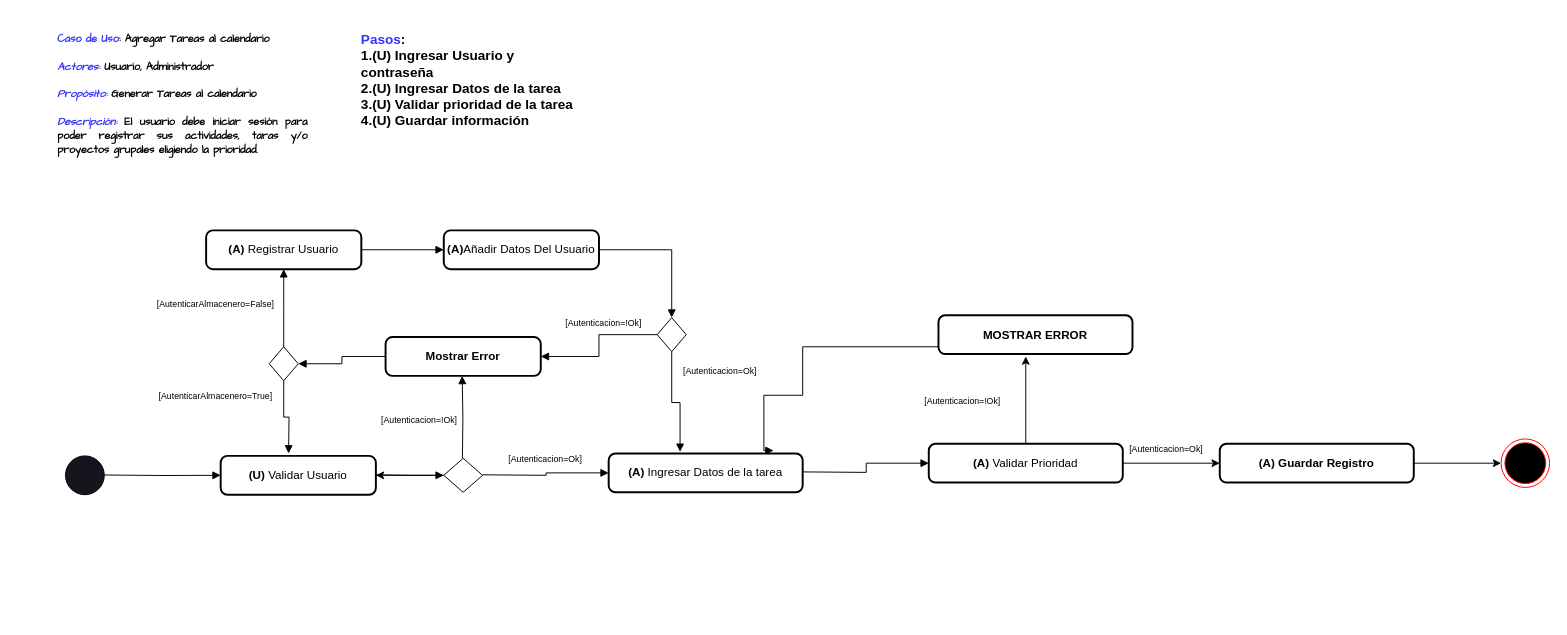
Sam282004/Diseno-Psfotware keeps this draw.io diagram as Diagrama sin título.drawio. Above is the earlier version. Source tidied: cells renumbered, new cells numbered last; positions are measured from the earlier drawing's top-left corner, leaving out a move shared by most shapes. Both pictures are drawn from the tidied source at 97%, with x=0, y=0 at pixel (16, 16).
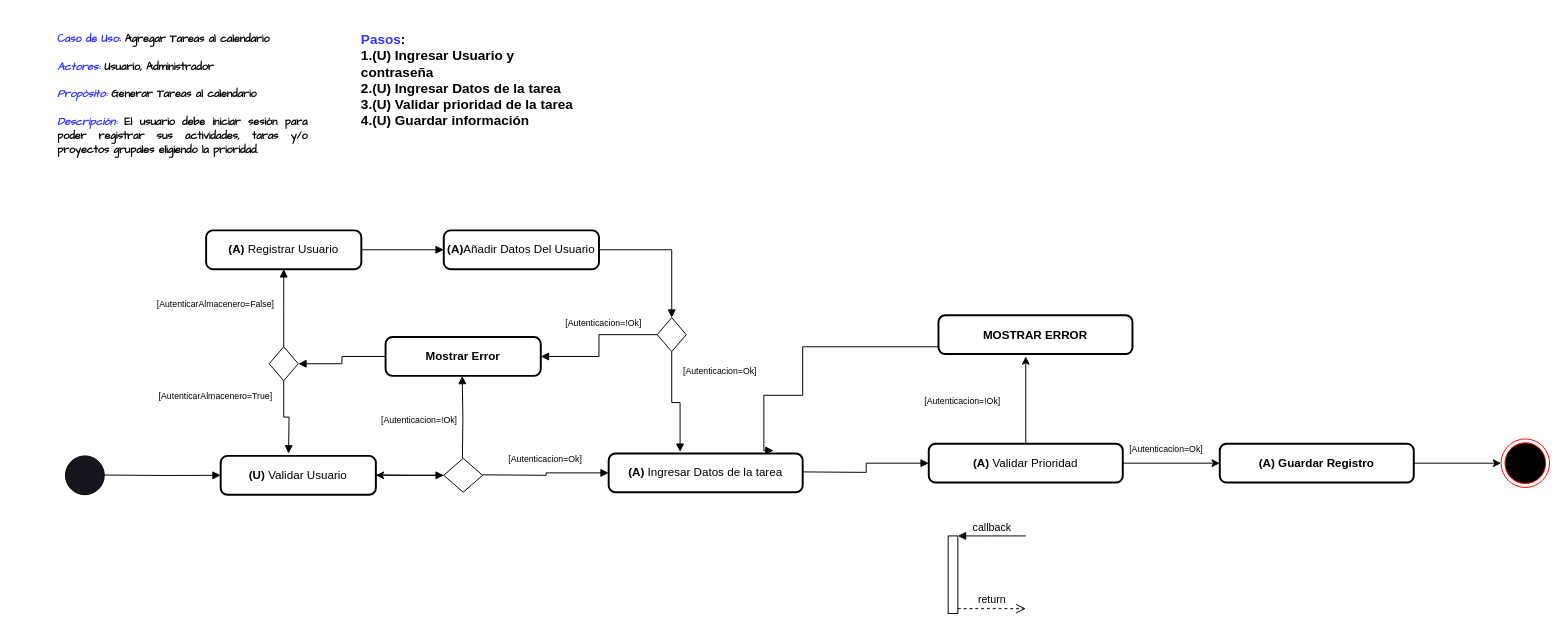
After the change.

Diff of the diagram source:
```diff
@@
+    <mxCell id="43" style="html=1;points=[];perimeter=orthogonalPerimeter;outlineConnect=0;targetShapes=umlLifeline;portConstraint=eastwest;newEdgeStyle={&quot;edgeStyle&quot;:&quot;elbowEdgeStyle&quot;,&quot;elbow&quot;:&quot;vertical&quot;,&quot;curved&quot;:0,&quot;rounded&quot;:0};" parent="1" vertex="1">
+      <mxGeometry x="960" y="535" width="10" height="80" as="geometry" />
+    </mxCell>
+    <mxCell id="44" value="callback" style="html=1;verticalAlign=bottom;endArrow=block;edgeStyle=elbowEdgeStyle;elbow=vertical;curved=0;rounded=0;" parent="1" edge="1" target="43">
+      <mxGeometry relative="1" as="geometry">
+        <mxPoint x="1040" y="535" as="sourcePoint" />
+      </mxGeometry>
+    </mxCell>
+    <mxCell id="45" value="return" style="html=1;verticalAlign=bottom;endArrow=open;dashed=1;endSize=8;edgeStyle=elbowEdgeStyle;elbow=vertical;curved=0;rounded=0;" parent="1" edge="1" source="43">
+      <mxGeometry relative="1" as="geometry">
+        <mxPoint x="1040" y="610" as="targetPoint" />
+      </mxGeometry>
+    </mxCell>
```
